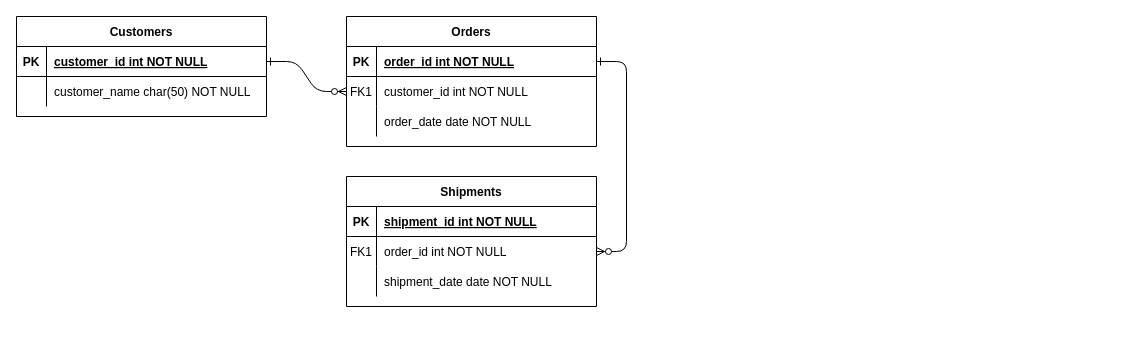
Earlier version of the draw.io diagram Untitled Diagram.drawio (1830443/1830443.github.io). Source tidied: cells renumbered, new cells numbered last; positions are measured from the earlier drawing's top-left corner, leaving out a move shared by most shapes. Both pictures are drawn from the tidied source at 100%, with x=0, y=0 at pixel (16, 16).
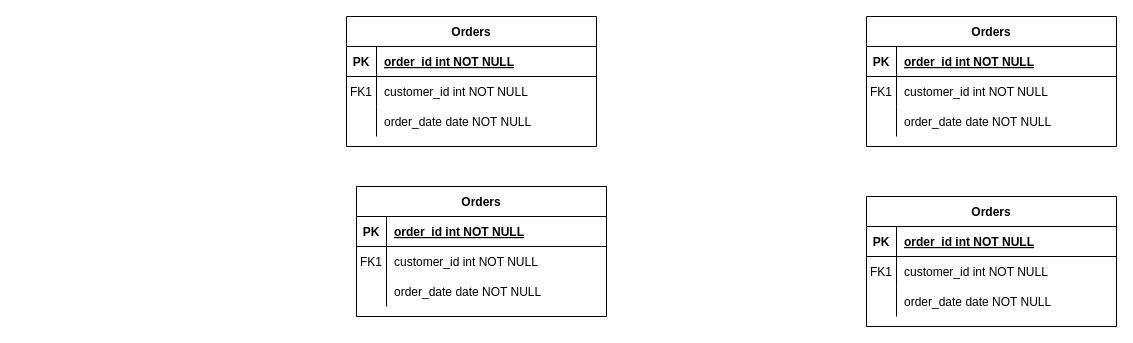
The same page after the edit.

Unchanged cells that the change refers to:
```xml
<mxCell id="5" style="shape=partialRectangle;fillColor=none;points=[[0,0.5],[1,0.5]];portConstraint=eastwest;top=0;left=0;right=0;bottom=1;" parent="4" vertex="1">
  <mxGeometry y="30" width="250" height="30" as="geometry" />
</mxCell>
<mxCell id="8" style="shape=partialRectangle;fillColor=none;points=[[0,0.5],[1,0.5]];portConstraint=eastwest;top=0;left=0;right=0;bottom=0;" parent="4" vertex="1">
  <mxGeometry y="60" width="250" height="30" as="geometry" />
</mxCell>
```

What changed in the source:
```diff
@@
-    <mxCell id="2" style="edgeStyle=entityRelationEdgeStyle;endArrow=ERzeroToMany;startArrow=ERone;endFill=1;startFill=0;" parent="1" edge="1" source="25" target="8">
-      <mxGeometry relative="1" as="geometry" />
-    </mxCell>
-    <mxCell id="3" style="edgeStyle=entityRelationEdgeStyle;endArrow=ERzeroToMany;startArrow=ERone;endFill=1;startFill=0;" parent="1" edge="1" source="5" target="18">
-      <mxGeometry relative="1" as="geometry" />
-    </mxCell>
@@
-    <mxCell id="14" value="Shipments" style="shape=table;startSize=30;childLayout=tableLayout;rowLines=0;fontStyle=1;align=center;" parent="1" vertex="1">
-      <mxGeometry x="330" y="160" width="250" height="130" as="geometry" />
-    </mxCell>
-    <mxCell id="15" style="shape=partialRectangle;fillColor=none;top=0;left=0;right=0;bottom=1;" parent="14" vertex="1">
-      <mxGeometry y="30" width="250" height="30" as="geometry" />
-    </mxCell>
-    <mxCell id="16" value="PK" style="shape=partialRectangle;overflow=hidden;fillColor=none;top=0;left=0;bottom=0;right=0;fontStyle=1;" parent="15" vertex="1">
-      <mxGeometry width="30" height="30" as="geometry" />
-    </mxCell>
-    <mxCell id="17" value="shipment_id int NOT NULL " style="shape=partialRectangle;overflow=hidden;fillColor=none;top=0;left=0;bottom=0;right=0;align=left;spacingLeft=6;fontStyle=5;" parent="15" vertex="1">
-      <mxGeometry x="30" width="220" height="30" as="geometry" />
-    </mxCell>
-    <mxCell id="18" style="shape=partialRectangle;fillColor=none;points=[[0,0.5],[1,0.5]];portConstraint=eastwest;top=0;left=0;right=0;bottom=0;" parent="14" vertex="1">
-      <mxGeometry y="60" width="250" height="30" as="geometry" />
-    </mxCell>
-    <mxCell id="19" value="FK1" style="shape=partialRectangle;overflow=hidden;fillColor=none;top=0;left=0;bottom=0;right=0;" parent="18" vertex="1">
-      <mxGeometry width="30" height="30" as="geometry" />
-    </mxCell>
-    <mxCell id="20" value="order_id int NOT NULL" style="shape=partialRectangle;overflow=hidden;fillColor=none;top=0;left=0;bottom=0;right=0;align=left;spacingLeft=6;" parent="18" vertex="1">
-      <mxGeometry x="30" width="220" height="30" as="geometry" />
-    </mxCell>
-    <mxCell id="21" style="shape=partialRectangle;fillColor=none;top=0;left=0;right=0;bottom=0;" parent="14" vertex="1">
-      <mxGeometry y="90" width="250" height="30" as="geometry" />
-    </mxCell>
-    <mxCell id="22" style="shape=partialRectangle;overflow=hidden;fillColor=none;top=0;left=0;bottom=0;right=0;" parent="21" vertex="1">
-      <mxGeometry width="30" height="30" as="geometry" />
-    </mxCell>
-    <mxCell id="23" value="shipment_date date NOT NULL" style="shape=partialRectangle;overflow=hidden;fillColor=none;top=0;left=0;bottom=0;right=0;align=left;spacingLeft=6;" parent="21" vertex="1">
-      <mxGeometry x="30" width="220" height="30" as="geometry" />
-    </mxCell>
-    <mxCell id="24" value="Customers" style="shape=table;startSize=30;childLayout=tableLayout;rowLines=0;fontStyle=1;align=center;" parent="1" vertex="1">
-      <mxGeometry width="250" height="100" as="geometry" />
-    </mxCell>
-    <mxCell id="25" style="shape=partialRectangle;fillColor=none;points=[[0,0.5],[1,0.5]];portConstraint=eastwest;top=0;left=0;right=0;bottom=1;" parent="24" vertex="1">
-      <mxGeometry y="30" width="250" height="30" as="geometry" />
-    </mxCell>
-    <mxCell id="26" value="PK" style="shape=partialRectangle;overflow=hidden;fillColor=none;top=0;left=0;bottom=0;right=0;fontStyle=1;" parent="25" vertex="1">
-      <mxGeometry width="30" height="30" as="geometry" />
-    </mxCell>
-    <mxCell id="27" value="customer_id int NOT NULL " style="shape=partialRectangle;overflow=hidden;fillColor=none;top=0;left=0;bottom=0;right=0;align=left;spacingLeft=6;fontStyle=5;" parent="25" vertex="1">
-      <mxGeometry x="30" width="220" height="30" as="geometry" />
-    </mxCell>
-    <mxCell id="28" style="shape=partialRectangle;fillColor=none;top=0;left=0;right=0;bottom=0;" parent="24" vertex="1">
-      <mxGeometry y="60" width="250" height="30" as="geometry" />
-    </mxCell>
-    <mxCell id="29" style="shape=partialRectangle;overflow=hidden;fillColor=none;top=0;left=0;bottom=0;right=0;" parent="28" vertex="1">
-      <mxGeometry width="30" height="30" as="geometry" />
-    </mxCell>
-    <mxCell id="30" value="customer_name char(50) NOT NULL" style="shape=partialRectangle;overflow=hidden;fillColor=none;top=0;left=0;bottom=0;right=0;align=left;spacingLeft=6;" parent="28" vertex="1">
-      <mxGeometry x="30" width="220" height="30" as="geometry" />
-    </mxCell>
+    <mxCell id="31" value="Orders" style="shape=table;startSize=30;childLayout=tableLayout;rowLines=0;fontStyle=1;align=center;" parent="1" vertex="1">
+      <mxGeometry x="340" y="170" width="250" height="130" as="geometry" />
+    </mxCell>
+    <mxCell id="32" style="shape=partialRectangle;fillColor=none;top=0;left=0;right=0;bottom=1;" parent="31" vertex="1">
+      <mxGeometry y="30" width="250" height="30" as="geometry" />
+    </mxCell>
+    <mxCell id="33" value="PK" style="shape=partialRectangle;overflow=hidden;fillColor=none;top=0;left=0;bottom=0;right=0;fontStyle=1;" parent="32" vertex="1">
+      <mxGeometry width="30" height="30" as="geometry" />
+    </mxCell>
+    <mxCell id="34" value="order_id int NOT NULL " style="shape=partialRectangle;overflow=hidden;fillColor=none;top=0;left=0;bottom=0;right=0;align=left;spacingLeft=6;fontStyle=5;" parent="32" vertex="1">
+      <mxGeometry x="30" width="220" height="30" as="geometry" />
+    </mxCell>
+    <mxCell id="35" style="shape=partialRectangle;fillColor=none;top=0;left=0;right=0;bottom=0;" parent="31" vertex="1">
+      <mxGeometry y="60" width="250" height="30" as="geometry" />
+    </mxCell>
+    <mxCell id="36" value="FK1" style="shape=partialRectangle;overflow=hidden;fillColor=none;top=0;left=0;bottom=0;right=0;" parent="35" vertex="1">
+      <mxGeometry width="30" height="30" as="geometry" />
+    </mxCell>
+    <mxCell id="37" value="customer_id int NOT NULL" style="shape=partialRectangle;overflow=hidden;fillColor=none;top=0;left=0;bottom=0;right=0;align=left;spacingLeft=6;" parent="35" vertex="1">
+      <mxGeometry x="30" width="220" height="30" as="geometry" />
+    </mxCell>
+    <mxCell id="38" style="shape=partialRectangle;fillColor=none;top=0;left=0;right=0;bottom=0;" parent="31" vertex="1">
+      <mxGeometry y="90" width="250" height="30" as="geometry" />
+    </mxCell>
+    <mxCell id="39" style="shape=partialRectangle;overflow=hidden;fillColor=none;top=0;left=0;bottom=0;right=0;" parent="38" vertex="1">
+      <mxGeometry width="30" height="30" as="geometry" />
+    </mxCell>
+    <mxCell id="40" value="order_date date NOT NULL" style="shape=partialRectangle;overflow=hidden;fillColor=none;top=0;left=0;bottom=0;right=0;align=left;spacingLeft=6;" parent="38" vertex="1">
+      <mxGeometry x="30" width="220" height="30" as="geometry" />
+    </mxCell>
+    <mxCell id="41" value="Orders" style="shape=table;startSize=30;childLayout=tableLayout;rowLines=0;fontStyle=1;align=center;" parent="1" vertex="1">
+      <mxGeometry x="850" y="180" width="250" height="130" as="geometry" />
+    </mxCell>
+    <mxCell id="42" style="shape=partialRectangle;fillColor=none;top=0;left=0;right=0;bottom=1;" parent="41" vertex="1">
+      <mxGeometry y="30" width="250" height="30" as="geometry" />
+    </mxCell>
+    <mxCell id="43" value="PK" style="shape=partialRectangle;overflow=hidden;fillColor=none;top=0;left=0;bottom=0;right=0;fontStyle=1;" parent="42" vertex="1">
+      <mxGeometry width="30" height="30" as="geometry" />
+    </mxCell>
+    <mxCell id="44" value="order_id int NOT NULL " style="shape=partialRectangle;overflow=hidden;fillColor=none;top=0;left=0;bottom=0;right=0;align=left;spacingLeft=6;fontStyle=5;" parent="42" vertex="1">
+      <mxGeometry x="30" width="220" height="30" as="geometry" />
+    </mxCell>
+    <mxCell id="45" style="shape=partialRectangle;fillColor=none;top=0;left=0;right=0;bottom=0;" parent="41" vertex="1">
+      <mxGeometry y="60" width="250" height="30" as="geometry" />
+    </mxCell>
+    <mxCell id="46" value="FK1" style="shape=partialRectangle;overflow=hidden;fillColor=none;top=0;left=0;bottom=0;right=0;" parent="45" vertex="1">
+      <mxGeometry width="30" height="30" as="geometry" />
+    </mxCell>
+    <mxCell id="47" value="customer_id int NOT NULL" style="shape=partialRectangle;overflow=hidden;fillColor=none;top=0;left=0;bottom=0;right=0;align=left;spacingLeft=6;" parent="45" vertex="1">
+      <mxGeometry x="30" width="220" height="30" as="geometry" />
+    </mxCell>
+    <mxCell id="48" style="shape=partialRectangle;fillColor=none;top=0;left=0;right=0;bottom=0;" parent="41" vertex="1">
+      <mxGeometry y="90" width="250" height="30" as="geometry" />
+    </mxCell>
+    <mxCell id="49" style="shape=partialRectangle;overflow=hidden;fillColor=none;top=0;left=0;bottom=0;right=0;" parent="48" vertex="1">
+      <mxGeometry width="30" height="30" as="geometry" />
+    </mxCell>
+    <mxCell id="50" value="order_date date NOT NULL" style="shape=partialRectangle;overflow=hidden;fillColor=none;top=0;left=0;bottom=0;right=0;align=left;spacingLeft=6;" parent="48" vertex="1">
+      <mxGeometry x="30" width="220" height="30" as="geometry" />
+    </mxCell>
+    <mxCell id="51" value="Orders" style="shape=table;startSize=30;childLayout=tableLayout;rowLines=0;fontStyle=1;align=center;" parent="1" vertex="1">
+      <mxGeometry x="850" width="250" height="130" as="geometry" />
+    </mxCell>
+    <mxCell id="52" style="shape=partialRectangle;fillColor=none;top=0;left=0;right=0;bottom=1;" parent="51" vertex="1">
+      <mxGeometry y="30" width="250" height="30" as="geometry" />
+    </mxCell>
+    <mxCell id="53" value="PK" style="shape=partialRectangle;overflow=hidden;fillColor=none;top=0;left=0;bottom=0;right=0;fontStyle=1;" parent="52" vertex="1">
+      <mxGeometry width="30" height="30" as="geometry" />
+    </mxCell>
+    <mxCell id="54" value="order_id int NOT NULL " style="shape=partialRectangle;overflow=hidden;fillColor=none;top=0;left=0;bottom=0;right=0;align=left;spacingLeft=6;fontStyle=5;" parent="52" vertex="1">
+      <mxGeometry x="30" width="220" height="30" as="geometry" />
+    </mxCell>
+    <mxCell id="55" style="shape=partialRectangle;fillColor=none;top=0;left=0;right=0;bottom=0;" parent="51" vertex="1">
+      <mxGeometry y="60" width="250" height="30" as="geometry" />
+    </mxCell>
+    <mxCell id="56" value="FK1" style="shape=partialRectangle;overflow=hidden;fillColor=none;top=0;left=0;bottom=0;right=0;" parent="55" vertex="1">
+      <mxGeometry width="30" height="30" as="geometry" />
+    </mxCell>
+    <mxCell id="57" value="customer_id int NOT NULL" style="shape=partialRectangle;overflow=hidden;fillColor=none;top=0;left=0;bottom=0;right=0;align=left;spacingLeft=6;" parent="55" vertex="1">
+      <mxGeometry x="30" width="220" height="30" as="geometry" />
+    </mxCell>
+    <mxCell id="58" style="shape=partialRectangle;fillColor=none;top=0;left=0;right=0;bottom=0;" parent="51" vertex="1">
+      <mxGeometry y="90" width="250" height="30" as="geometry" />
+    </mxCell>
+    <mxCell id="59" style="shape=partialRectangle;overflow=hidden;fillColor=none;top=0;left=0;bottom=0;right=0;" parent="58" vertex="1">
+      <mxGeometry width="30" height="30" as="geometry" />
+    </mxCell>
+    <mxCell id="60" value="order_date date NOT NULL" style="shape=partialRectangle;overflow=hidden;fillColor=none;top=0;left=0;bottom=0;right=0;align=left;spacingLeft=6;" parent="58" vertex="1">
+      <mxGeometry x="30" width="220" height="30" as="geometry" />
+    </mxCell>
```
